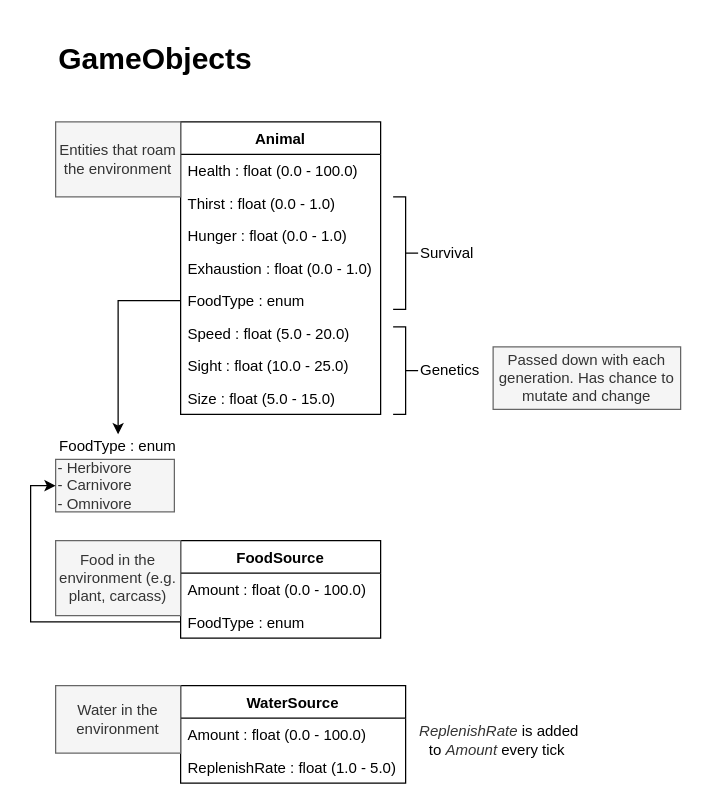
Earlier version of the draw.io diagram page "Entity" (1 of 3) of SystemsPlanning.drawio (lcomstive/AIE_AIForGames). Source tidied: cells renumbered, new cells numbered last; positions are measured from the earlier drawing's top-left corner, leaving out a move shared by most shapes. Both pictures are drawn from the tidied source at 125%, with x=0, y=0 at pixel (55, 46).
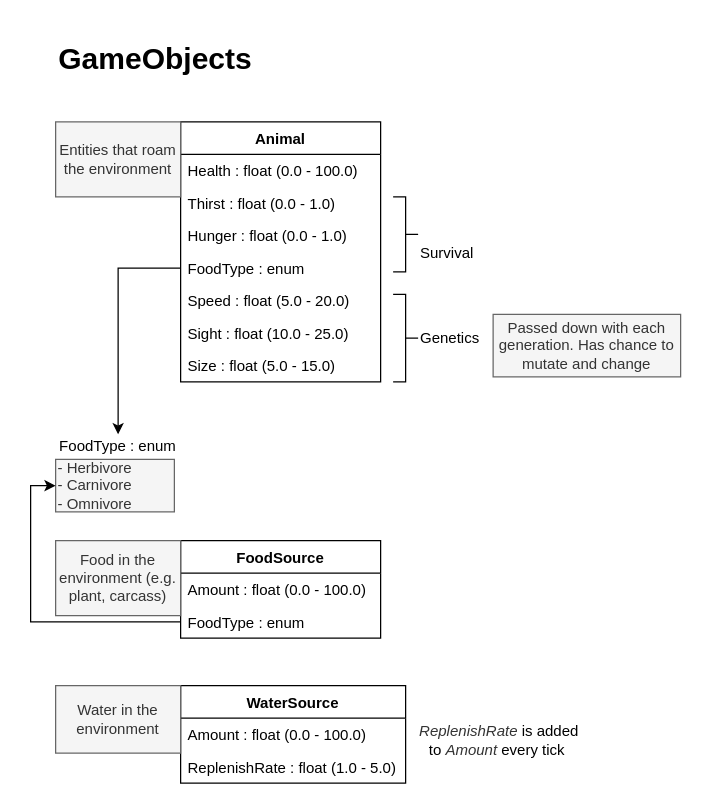
Above is the later version.

The edit, as a diff of the source:
```diff
@@
     <mxCell id="3" value="Animal" style="swimlane;fontStyle=1;horizontal=1;startSize=26;align=center;" parent="1" vertex="1">
-      <mxGeometry x="100" y="60" width="160" height="234" as="geometry" />
+      <mxGeometry x="100" y="60" width="160" height="208" as="geometry" />
     </mxCell>
@@
-    <mxCell id="7" value="Exhaustion : float (0.0 - 1.0)" style="text;strokeColor=none;fillColor=none;align=left;verticalAlign=top;spacingLeft=4;spacingRight=4;overflow=hidden;" parent="3" vertex="1">
-      <mxGeometry y="104" width="160" height="26" as="geometry" />
-    </mxCell>
     <mxCell id="8" value="FoodType : enum" style="text;strokeColor=none;fillColor=none;align=left;verticalAlign=top;spacingLeft=4;spacingRight=4;overflow=hidden;points=[[0,0.5],[1,0.5]];portConstraint=eastwest;" parent="3" vertex="1">
-      <mxGeometry y="130" width="160" height="26" as="geometry" />
+      <mxGeometry y="104" width="160" height="26" as="geometry" />
     </mxCell>
     <mxCell id="9" value="Speed : float (5.0 - 20.0)" style="text;strokeColor=none;fillColor=none;align=left;verticalAlign=top;spacingLeft=4;spacingRight=4;overflow=hidden;" parent="3" vertex="1">
-      <mxGeometry y="156" width="160" height="26" as="geometry" />
+      <mxGeometry y="130" width="160" height="26" as="geometry" />
     </mxCell>
     <mxCell id="10" value="Sight : float (10.0 - 25.0)" style="text;strokeColor=none;fillColor=none;align=left;verticalAlign=top;spacingLeft=4;spacingRight=4;overflow=hidden;" parent="3" vertex="1">
-      <mxGeometry y="182" width="160" height="26" as="geometry" />
+      <mxGeometry y="156" width="160" height="26" as="geometry" />
     </mxCell>
     <mxCell id="11" value="Size : float (5.0 - 15.0)" style="text;strokeColor=none;fillColor=none;align=left;verticalAlign=top;spacingLeft=4;spacingRight=4;overflow=hidden;" parent="3" vertex="1">
-      <mxGeometry y="208" width="160" height="26" as="geometry" />
+      <mxGeometry y="182" width="160" height="26" as="geometry" />
     </mxCell>
@@
     <mxCell id="23" style="html=1;shape=mxgraph.flowchart.annotation_2;align=left;labelPosition=right;direction=west;" parent="1" vertex="1">
-      <mxGeometry x="270" y="120" width="20" height="90" as="geometry" />
+      <mxGeometry x="270" y="120" width="20" height="60" as="geometry" />
     </mxCell>
@@
     <mxCell id="25" style="html=1;shape=mxgraph.flowchart.annotation_2;align=left;labelPosition=right;direction=west;" parent="1" vertex="1">
-      <mxGeometry x="270" y="224" width="20" height="70" as="geometry" />
+      <mxGeometry x="270" y="198" width="20" height="70" as="geometry" />
     </mxCell>
     <mxCell id="26" value="Genetics" style="text;html=1;align=left;verticalAlign=middle;strokeColor=none;" parent="1" vertex="1">
-      <mxGeometry x="290" y="249" width="60" height="20" as="geometry" />
+      <mxGeometry x="290" y="223" width="60" height="20" as="geometry" />
     </mxCell>
@@
     <mxCell id="30" value="&lt;font&gt;Passed down with each generation. Has chance to mutate and change&lt;/font&gt;" style="text;html=1;align=center;verticalAlign=middle;whiteSpace=wrap;rounded=0;fontStyle=0;fontColor=#333333;fillColor=#f5f5f5;strokeColor=#666666;" parent="1" vertex="1">
-      <mxGeometry x="350" y="240" width="150" height="50" as="geometry" />
+      <mxGeometry x="350" y="214" width="150" height="50" as="geometry" />
     </mxCell>
```
